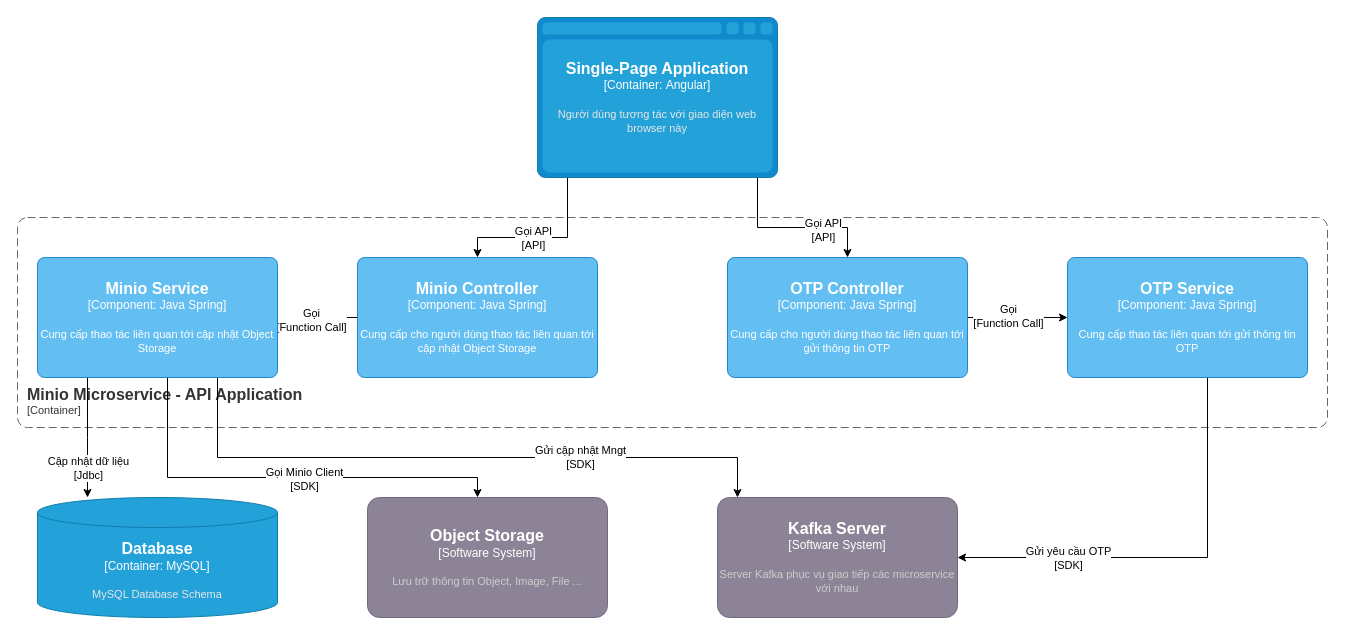
The draw.io diagram Idg-Portal lv3 ObjectStorage API.drawio in dangngocsoncntt/draw.io, before the edit. Source tidied: cells renumbered, new cells numbered last; positions are measured from the earlier drawing's top-left corner, leaving out a move shared by most shapes. Both pictures are drawn from the tidied source at 100%, with x=0, y=0 at pixel (17, 17).
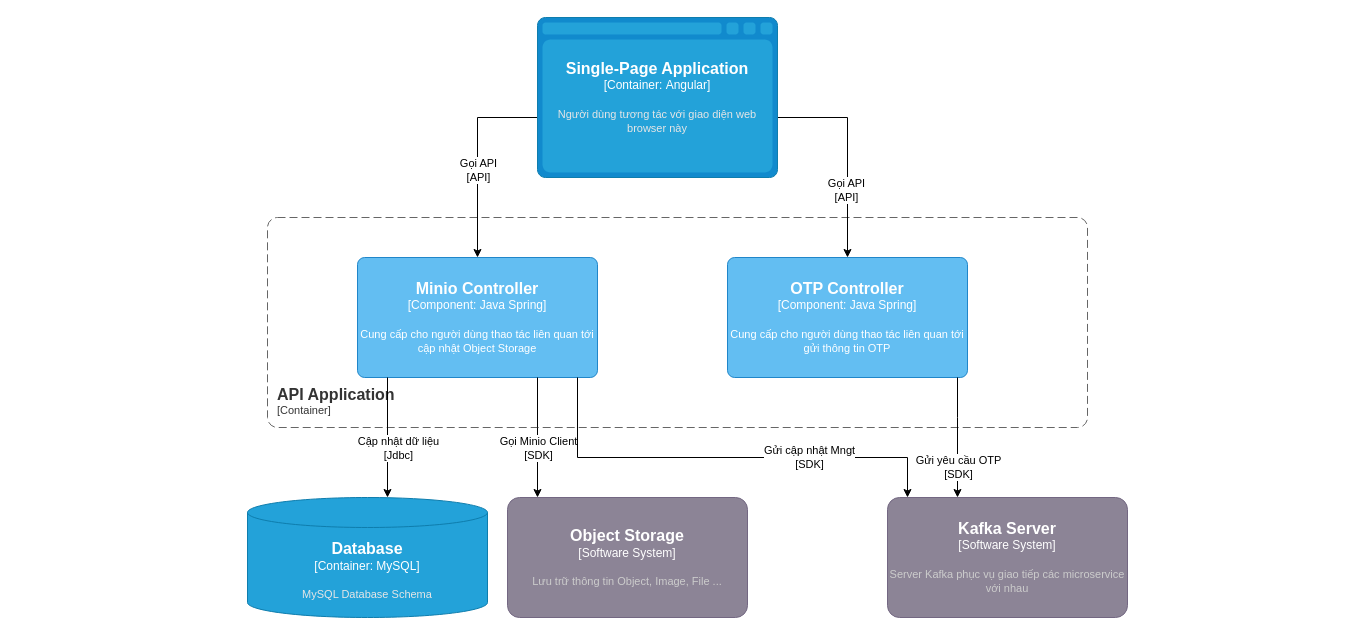
The same page after the edit.

The change refers to these unchanged cells:
```xml
<object id="7" label="&lt;font style=&quot;font-size: 16px&quot;&gt;&lt;b&gt;%c4Type%&lt;/b&gt;&lt;/font&gt;&lt;div&gt;[%c4Container%:&amp;nbsp;%c4Technology%]&lt;/div&gt;&lt;br&gt;&lt;div&gt;&lt;font style=&quot;font-size: 11px&quot;&gt;&lt;font color=&quot;#E6E6E6&quot;&gt;%c4Description%&lt;/font&gt;&lt;/div&gt;" c4Container="Container" c4Description="Người dùng tương tác với giao diện web browser này" c4Technology="Angular" c4Type="Single-Page Application" placeholders="1">
  <mxCell style="shape=mxgraph.c4.webBrowserContainer2;whiteSpace=wrap;html=1;boundedLbl=1;rounded=0;labelBackgroundColor=none;strokeColor=#118ACD;fillColor=#23A2D9;strokeColor=#118ACD;strokeColor2=#0E7DAD;fontSize=12;fontColor=#ffffff;align=center;points=[[0.5,0,0],[1,0.25,0],[1,0.5,0],[1,0.75,0],[0.5,1,0],[0,0.75,0],[0,0.5,0],[0,0.25,0]];" parent="1" vertex="1">
    <mxGeometry x="520" width="240" height="160" as="geometry" />
  </mxCell>
</object>
<object id="10" label="&lt;font style=&quot;font-size: 16px&quot;&gt;&lt;b&gt;%c4Name%&lt;/b&gt;&lt;/font&gt;&lt;div&gt;[%c4Type%: %c4Technology%]&lt;/div&gt;&lt;br&gt;&lt;div&gt;&lt;font style=&quot;font-size: 11px&quot;&gt;%c4Description%&lt;/font&gt;&lt;/div&gt;" c4Description="Cung cấp cho người dùng thao tác liên quan tới cập nhật Object Storage" c4Name="Minio Controller" c4Technology="Java Spring" c4Type="Component" placeholders="1">
  <mxCell style="rounded=1;whiteSpace=wrap;html=1;labelBackgroundColor=none;fillColor=#63BEF2;fontColor=#ffffff;align=center;arcSize=6;strokeColor=#2086C9;points=[[0.25,0,0],[0.5,0,0],[0.75,0,0],[1,0.25,0],[1,0.5,0],[1,0.75,0],[0.75,1,0],[0.5,1,0],[0.25,1,0],[0,0.75,0],[0,0.5,0],[0,0.25,0]];" parent="1" vertex="1">
    <mxGeometry x="340" y="240" width="240" height="120" as="geometry" />
  </mxCell>
</object>
<object id="13" label="&lt;font style=&quot;font-size: 16px&quot;&gt;&lt;b&gt;%c4Name%&lt;/b&gt;&lt;/font&gt;&lt;div&gt;[%c4Type%: %c4Technology%]&lt;/div&gt;&lt;br&gt;&lt;div&gt;&lt;font style=&quot;font-size: 11px&quot;&gt;%c4Description%&lt;/font&gt;&lt;/div&gt;" c4Description="Cung cấp cho người dùng thao tác liên quan tới gửi thông tin OTP" c4Name="OTP Controller" c4Technology="Java Spring" c4Type="Component" placeholders="1">
  <mxCell style="rounded=1;whiteSpace=wrap;html=1;labelBackgroundColor=none;fillColor=#63BEF2;fontColor=#ffffff;align=center;arcSize=6;strokeColor=#2086C9;points=[[0.25,0,0],[0.5,0,0],[0.75,0,0],[1,0.25,0],[1,0.5,0],[1,0.75,0],[0.75,1,0],[0.5,1,0],[0.25,1,0],[0,0.75,0],[0,0.5,0],[0,0.25,0]];" parent="1" vertex="1">
    <mxGeometry x="710" y="240" width="240" height="120" as="geometry" />
  </mxCell>
</object>
```

Change to the diagram source:
```diff
@@
-    <object id="2" label="&lt;font style=&quot;font-size: 16px&quot;&gt;&lt;b&gt;&lt;div style=&quot;text-align: left&quot;&gt;%c4Name%&lt;/div&gt;&lt;/b&gt;&lt;/font&gt;&lt;div style=&quot;text-align: left&quot;&gt;[%c4Application%]&lt;/div&gt;" c4Application="Container" c4Name="Minio Microservice - API Application" placeholders="1">
+    <object id="2" label="&lt;font style=&quot;font-size: 16px&quot;&gt;&lt;b&gt;&lt;div style=&quot;text-align: left&quot;&gt;%c4Name%&lt;/div&gt;&lt;/b&gt;&lt;/font&gt;&lt;div style=&quot;text-align: left&quot;&gt;[%c4Application%]&lt;/div&gt;" c4Application="Container" c4Name="API Application" placeholders="1">
       <mxCell style="rounded=1;fontSize=11;whiteSpace=wrap;html=1;dashed=1;arcSize=20;fillColor=none;strokeColor=#666666;fontColor=#333333;labelBackgroundColor=none;align=left;verticalAlign=bottom;labelBorderColor=none;spacingTop=0;spacing=10;dashPattern=8 4;perimeter=rectanglePerimeter;noLabel=0;labelPadding=0;absoluteArcSize=1;" parent="1" vertex="1">
-        <mxGeometry y="200" width="1310" height="210" as="geometry" />
+        <mxGeometry x="250" y="200" width="820" height="210" as="geometry" />
       </mxCell>
     </object>
     <mxCell id="3" style="edgeStyle=orthogonalEdgeStyle;rounded=0;jettySize=auto;html=1;" parent="1" edge="1" source="7" target="10">
       <mxGeometry relative="1" as="geometry">
         <Array as="points">
-          <mxPoint x="550" y="220" />
-          <mxPoint x="460" y="220" />
+          <mxPoint x="460" y="100" />
         </Array>
       </mxGeometry>
     </mxCell>
@@
     <mxCell id="5" style="edgeStyle=orthogonalEdgeStyle;rounded=0;jettySize=auto;html=1;" parent="1" edge="1" source="7" target="13">
       <mxGeometry relative="1" as="geometry">
         <Array as="points">
-          <mxPoint x="740" y="210" />
-          <mxPoint x="830" y="210" />
+          <mxPoint x="830" y="100" />
         </Array>
       </mxGeometry>
     </mxCell>
@@
-    <mxCell id="8" style="edgeStyle=orthogonalEdgeStyle;rounded=0;jettySize=auto;html=1;" parent="1" edge="1" source="10" target="21">
-      <mxGeometry relative="1" as="geometry" />
-    </mxCell>
-    <mxCell id="9" value="Gọi&lt;br&gt;[Function Call]" style="edgeLabel;html=1;align=center;verticalAlign=middle;" parent="8" vertex="1">
-      <mxGeometry x="0.18" y="2" relative="1" as="geometry" />
-    </mxCell>
@@
-    <mxCell id="11" style="edgeStyle=orthogonalEdgeStyle;rounded=0;jettySize=auto;html=1;" parent="1" edge="1" source="13" target="24">
-      <mxGeometry relative="1" as="geometry" />
-    </mxCell>
-    <mxCell id="12" value="Gọi&lt;br style=&quot;border-color: var(--border-color);&quot;&gt;[Function Call]" style="edgeLabel;html=1;align=center;verticalAlign=middle;" parent="11" vertex="1">
-      <mxGeometry x="-0.2" y="2" relative="1" as="geometry" />
-    </mxCell>
@@
     <object id="14" label="&lt;font style=&quot;font-size: 16px&quot;&gt;&lt;b&gt;%c4Type%&lt;/b&gt;&lt;/font&gt;&lt;div&gt;[%c4Container%:&amp;nbsp;%c4Technology%]&lt;/div&gt;&lt;br&gt;&lt;div&gt;&lt;font style=&quot;font-size: 11px&quot;&gt;&lt;font color=&quot;#E6E6E6&quot;&gt;%c4Description%&lt;/font&gt;&lt;/div&gt;" c4Container="Container" c4Description="MySQL Database Schema" c4Technology="MySQL" c4Type="Database" placeholders="1">
       <mxCell style="shape=cylinder3;size=15;whiteSpace=wrap;html=1;boundedLbl=1;rounded=0;labelBackgroundColor=none;fillColor=#23A2D9;fontSize=12;fontColor=#ffffff;align=center;strokeColor=#0E7DAD;points=[[0.5,0,0],[1,0.25,0],[1,0.5,0],[1,0.75,0],[0.5,1,0],[0,0.75,0],[0,0.5,0],[0,0.25,0]];" parent="1" vertex="1">
-        <mxGeometry x="20" y="480" width="240" height="120" as="geometry" />
+        <mxGeometry x="230" y="480" width="240" height="120" as="geometry" />
       </mxCell>
     </object>
-    <mxCell id="15" style="edgeStyle=orthogonalEdgeStyle;rounded=0;jettySize=auto;html=1;" parent="1" edge="1" source="21" target="14">
+    <mxCell id="15" style="edgeStyle=orthogonalEdgeStyle;rounded=0;jettySize=auto;html=1;" parent="1" edge="1" source="10" target="14">
       <mxGeometry relative="1" as="geometry">
         <Array as="points">
-          <mxPoint x="70" y="420" />
-          <mxPoint x="70" y="420" />
+          <mxPoint x="370" y="430" />
+          <mxPoint x="370" y="430" />
         </Array>
       </mxGeometry>
     </mxCell>
     <mxCell id="16" value="Cập nhật dữ liệu&lt;br style=&quot;border-color: var(--border-color);&quot;&gt;[Jdbc]" style="edgeLabel;html=1;align=center;verticalAlign=middle;" parent="15" vertex="1">
       <mxGeometry x="0.67" y="-1" relative="1" as="geometry">
-        <mxPoint x="1" y="-10" as="offset" />
+        <mxPoint x="11" y="-30" as="offset" />
       </mxGeometry>
     </mxCell>
-    <mxCell id="17" style="edgeStyle=orthogonalEdgeStyle;rounded=0;jettySize=auto;html=1;" parent="1" edge="1" source="21" target="25">
+    <mxCell id="17" style="edgeStyle=orthogonalEdgeStyle;rounded=0;jettySize=auto;html=1;" parent="1" edge="1" source="10" target="25">
       <mxGeometry relative="1" as="geometry">
         <Array as="points">
-          <mxPoint x="150" y="460" />
-          <mxPoint x="460" y="460" />
+          <mxPoint x="520" y="410" />
+          <mxPoint x="520" y="410" />
         </Array>
       </mxGeometry>
     </mxCell>
     <mxCell id="18" value="Gọi Minio Client&lt;br&gt;[SDK]" style="edgeLabel;html=1;align=center;verticalAlign=middle;" parent="17" vertex="1">
       <mxGeometry x="0.55" y="-1" relative="1" as="geometry">
-        <mxPoint x="-97" as="offset" />
+        <mxPoint x="1" y="-23" as="offset" />
       </mxGeometry>
     </mxCell>
-    <mxCell id="19" style="edgeStyle=orthogonalEdgeStyle;rounded=0;jettySize=auto;html=1;" parent="1" edge="1" source="21" target="26">
+    <mxCell id="19" style="edgeStyle=orthogonalEdgeStyle;rounded=0;jettySize=auto;html=1;" parent="1" edge="1" source="10" target="26">
       <mxGeometry relative="1" as="geometry">
         <Array as="points">
-          <mxPoint x="200" y="440" />
-          <mxPoint x="720" y="440" />
+          <mxPoint x="560" y="440" />
+          <mxPoint x="890" y="440" />
         </Array>
       </mxGeometry>
     </mxCell>
@@
-    <object id="21" label="&lt;font style=&quot;font-size: 16px&quot;&gt;&lt;b&gt;%c4Name%&lt;/b&gt;&lt;/font&gt;&lt;div&gt;[%c4Type%: %c4Technology%]&lt;/div&gt;&lt;br&gt;&lt;div&gt;&lt;font style=&quot;font-size: 11px&quot;&gt;%c4Description%&lt;/font&gt;&lt;/div&gt;" c4Description="Cung cấp thao tác liên quan tới cập nhật Object Storage" c4Name="Minio Service" c4Technology="Java Spring" c4Type="Component" placeholders="1">
-      <mxCell style="rounded=1;whiteSpace=wrap;html=1;labelBackgroundColor=none;fillColor=#63BEF2;fontColor=#ffffff;align=center;arcSize=6;strokeColor=#2086C9;points=[[0.25,0,0],[0.5,0,0],[0.75,0,0],[1,0.25,0],[1,0.5,0],[1,0.75,0],[0.75,1,0],[0.5,1,0],[0.25,1,0],[0,0.75,0],[0,0.5,0],[0,0.25,0]];" parent="1" vertex="1">
-        <mxGeometry x="20" y="240" width="240" height="120" as="geometry" />
-      </mxCell>
-    </object>
-    <mxCell id="22" style="edgeStyle=orthogonalEdgeStyle;rounded=0;jettySize=auto;html=1;" parent="1" edge="1" source="24" target="26">
+    <mxCell id="22" style="edgeStyle=orthogonalEdgeStyle;rounded=0;jettySize=auto;html=1;" parent="1" edge="1" source="13" target="26">
       <mxGeometry relative="1" as="geometry">
         <Array as="points">
-          <mxPoint x="1190" y="540" />
+          <mxPoint x="940" y="400" />
+          <mxPoint x="940" y="400" />
         </Array>
       </mxGeometry>
     </mxCell>
@@
-    <object id="24" label="&lt;font style=&quot;font-size: 16px&quot;&gt;&lt;b&gt;%c4Name%&lt;/b&gt;&lt;/font&gt;&lt;div&gt;[%c4Type%: %c4Technology%]&lt;/div&gt;&lt;br&gt;&lt;div&gt;&lt;font style=&quot;font-size: 11px&quot;&gt;%c4Description%&lt;/font&gt;&lt;/div&gt;" c4Description="Cung cấp thao tác liên quan tới gửi thông tin OTP" c4Name="OTP Service" c4Technology="Java Spring" c4Type="Component" placeholders="1">
-      <mxCell style="rounded=1;whiteSpace=wrap;html=1;labelBackgroundColor=none;fillColor=#63BEF2;fontColor=#ffffff;align=center;arcSize=6;strokeColor=#2086C9;points=[[0.25,0,0],[0.5,0,0],[0.75,0,0],[1,0.25,0],[1,0.5,0],[1,0.75,0],[0.75,1,0],[0.5,1,0],[0.25,1,0],[0,0.75,0],[0,0.5,0],[0,0.25,0]];" parent="1" vertex="1">
-        <mxGeometry x="1050" y="240" width="240" height="120" as="geometry" />
-      </mxCell>
-    </object>
     <object id="25" label="&lt;font style=&quot;font-size: 16px&quot;&gt;&lt;b&gt;%c4Name%&lt;/b&gt;&lt;/font&gt;&lt;div&gt;[%c4Type%]&lt;/div&gt;&lt;br&gt;&lt;div&gt;&lt;font style=&quot;font-size: 11px&quot;&gt;&lt;font color=&quot;#cccccc&quot;&gt;%c4Description%&lt;/font&gt;&lt;/div&gt;" c4Description="Lưu trữ thông tin Object, Image, File ..." c4Name="Object Storage" c4Type="Software System" placeholders="1">
       <mxCell style="rounded=1;whiteSpace=wrap;html=1;labelBackgroundColor=none;fillColor=#8C8496;fontColor=#ffffff;align=center;arcSize=10;strokeColor=#736782;points=[[0.25,0,0],[0.5,0,0],[0.75,0,0],[1,0.25,0],[1,0.5,0],[1,0.75,0],[0.75,1,0],[0.5,1,0],[0.25,1,0],[0,0.75,0],[0,0.5,0],[0,0.25,0]];" parent="1" vertex="1">
-        <mxGeometry x="350" y="480" width="240" height="120" as="geometry" />
+        <mxGeometry x="490" y="480" width="240" height="120" as="geometry" />
       </mxCell>
     </object>
     <object id="26" label="&lt;font style=&quot;font-size: 16px&quot;&gt;&lt;b&gt;%c4Name%&lt;/b&gt;&lt;/font&gt;&lt;div&gt;[%c4Type%]&lt;/div&gt;&lt;br&gt;&lt;div&gt;&lt;font style=&quot;font-size: 11px&quot;&gt;&lt;font color=&quot;#cccccc&quot;&gt;%c4Description%&lt;/font&gt;&lt;/div&gt;" c4Description="Server Kafka phục vụ giao tiếp các microservice với nhau" c4Name="Kafka Server" c4Type="Software System" placeholders="1">
       <mxCell style="rounded=1;whiteSpace=wrap;html=1;labelBackgroundColor=none;fillColor=#8C8496;fontColor=#ffffff;align=center;arcSize=10;strokeColor=#736782;points=[[0.25,0,0],[0.5,0,0],[0.75,0,0],[1,0.25,0],[1,0.5,0],[1,0.75,0],[0.75,1,0],[0.5,1,0],[0.25,1,0],[0,0.75,0],[0,0.5,0],[0,0.25,0]];" parent="1" vertex="1">
-        <mxGeometry x="700" y="480" width="240" height="120" as="geometry" />
+        <mxGeometry x="870" y="480" width="240" height="120" as="geometry" />
       </mxCell>
     </object>
```
